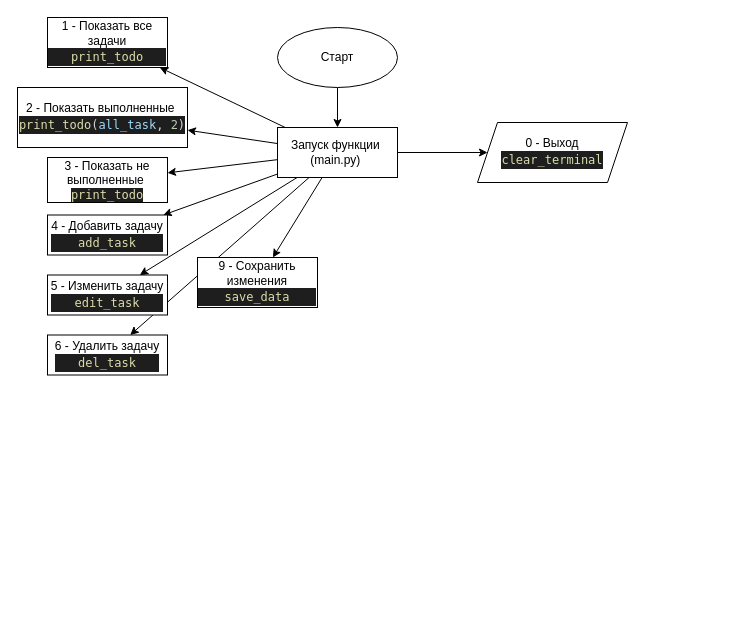
The draw.io diagram instruction.drawio in iamnataliya/todo-list, before the edit. Source tidied: cells renumbered, new cells numbered last; positions are measured from the earlier drawing's top-left corner, leaving out a move shared by most shapes. Both pictures are drawn from the tidied source at 100%, with x=0, y=0 at pixel (17, 17).
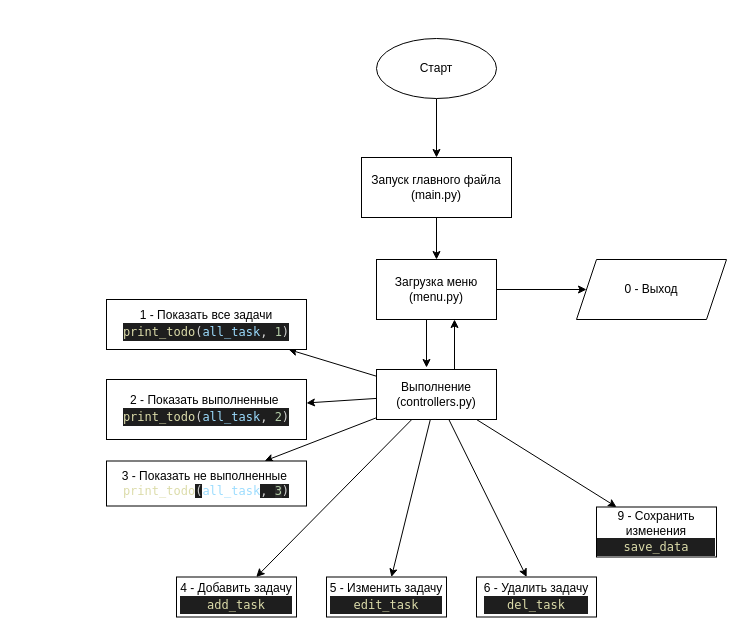
The same page after the edit.

Commit message:
обновил блок-схему

Change to the diagram source:
```diff
@@
-    <mxCell id="2" style="edgeStyle=none;html=1;" parent="1" edge="1" source="3" target="12">
-      <mxGeometry relative="1" as="geometry" />
-    </mxCell>
+    <mxCell id="21" style="edgeStyle=orthogonalEdgeStyle;rounded=0;jettySize=auto;html=1;" parent="1" edge="1" source="3" target="23">
+      <mxGeometry relative="1" as="geometry" />
+    </mxCell>
     <mxCell id="3" value="Старт" style="ellipse;whiteSpace=wrap;html=1;" parent="1" vertex="1">
-      <mxGeometry x="260" y="10" width="120" height="60" as="geometry" />
+      <mxGeometry x="359" y="21" width="120" height="60" as="geometry" />
     </mxCell>
@@
-    <mxCell id="11" style="edgeStyle=none;html=1;" parent="1" edge="1" source="12" target="20">
+    <mxCell id="11" style="edgeStyle=none;html=1;exitX=1;exitY=0.5;exitDx=0;exitDy=0;" parent="1" edge="1" source="24" target="20">
       <mxGeometry relative="1" as="geometry" />
     </mxCell>
-    <mxCell id="12" value="Запуск функции&amp;nbsp; (main.py)&amp;nbsp;" style="whiteSpace=wrap;html=1;" parent="1" vertex="1">
-      <mxGeometry x="260" y="110" width="120" height="50" as="geometry" />
+    <mxCell id="12" value="Выполнение&lt;br&gt;(controllers.py)" style="whiteSpace=wrap;html=1;" parent="1" vertex="1">
+      <mxGeometry x="359" y="352" width="120" height="50" as="geometry" />
     </mxCell>
-    <mxCell id="13" value="1 - Показать все задачи&lt;br&gt;&lt;div style=&quot;color: rgb(212 , 212 , 212) ; background-color: rgb(30 , 30 , 30) ; font-family: &amp;#34;menlo&amp;#34; , &amp;#34;monaco&amp;#34; , &amp;#34;courier new&amp;#34; , monospace ; line-height: 18px&quot;&gt;&lt;span style=&quot;color: #dcdcaa&quot;&gt;print_todo&lt;/span&gt;&lt;/div&gt;" style="whiteSpace=wrap;html=1;" parent="1" vertex="1">
-      <mxGeometry x="30" width="120" height="50" as="geometry" />
+    <mxCell id="13" value="1 - Показать все задачи&lt;br&gt;&lt;div style=&quot;background-color: rgb(30 , 30 , 30) ; font-family: &amp;#34;menlo&amp;#34; , &amp;#34;monaco&amp;#34; , &amp;#34;courier new&amp;#34; , monospace ; line-height: 18px&quot;&gt;&lt;span style=&quot;color: rgb(212 , 212 , 212)&quot;&gt;&lt;span style=&quot;color: rgb(220 , 220 , 170)&quot;&gt;print_todo&lt;/span&gt;(&lt;span style=&quot;color: rgb(156 , 220 , 254)&quot;&gt;all_task&lt;/span&gt;,&amp;nbsp;&lt;/span&gt;&lt;font color=&quot;#b5cea8&quot;&gt;1&lt;/font&gt;&lt;font color=&quot;#d4d4d4&quot;&gt;)&lt;/font&gt;&lt;br&gt;&lt;/div&gt;" style="whiteSpace=wrap;html=1;" parent="1" vertex="1">
+      <mxGeometry x="89" y="282" width="200" height="50" as="geometry" />
     </mxCell>
     <mxCell id="14" value="2 - Показать выполненные&amp;nbsp;&lt;br&gt;&lt;div style=&quot;color: rgb(212 , 212 , 212) ; background-color: rgb(30 , 30 , 30) ; font-family: &amp;#34;menlo&amp;#34; , &amp;#34;monaco&amp;#34; , &amp;#34;courier new&amp;#34; , monospace ; line-height: 18px&quot;&gt;&lt;span style=&quot;color: #dcdcaa&quot;&gt;print_todo&lt;/span&gt;(&lt;span style=&quot;color: #9cdcfe&quot;&gt;all_task&lt;/span&gt;, &lt;span style=&quot;color: #b5cea8&quot;&gt;2&lt;/span&gt;)&lt;/div&gt;" style="whiteSpace=wrap;html=1;" parent="1" vertex="1">
-      <mxGeometry y="70" width="170" height="60" as="geometry" />
+      <mxGeometry x="89" y="362" width="200" height="60" as="geometry" />
     </mxCell>
-    <mxCell id="15" value="3 - Показать не выполненные&amp;nbsp;&lt;br&gt;&lt;span style=&quot;color: rgb(220 , 220 , 170) ; background-color: rgb(30 , 30 , 30) ; font-family: &amp;#34;menlo&amp;#34; , &amp;#34;monaco&amp;#34; , &amp;#34;courier new&amp;#34; , monospace&quot;&gt;print_todo&lt;/span&gt;" style="whiteSpace=wrap;html=1;" parent="1" vertex="1">
-      <mxGeometry x="30" y="140" width="120" height="45" as="geometry" />
+    <mxCell id="15" value="3 - Показать не выполненные&amp;nbsp;&lt;br&gt;&lt;span style=&quot;font-family: &amp;#34;menlo&amp;#34; , &amp;#34;monaco&amp;#34; , &amp;#34;courier new&amp;#34; , monospace ; color: rgb(220 , 220 , 170)&quot;&gt;print_todo&lt;/span&gt;&lt;span style=&quot;color: rgb(212 , 212 , 212) ; font-family: &amp;#34;menlo&amp;#34; , &amp;#34;monaco&amp;#34; , &amp;#34;courier new&amp;#34; , monospace ; background-color: rgb(30 , 30 , 30)&quot;&gt;(&lt;/span&gt;&lt;span style=&quot;font-family: &amp;#34;menlo&amp;#34; , &amp;#34;monaco&amp;#34; , &amp;#34;courier new&amp;#34; , monospace ; color: rgb(156 , 220 , 254)&quot;&gt;all_task&lt;/span&gt;&lt;span style=&quot;color: rgb(212 , 212 , 212) ; font-family: &amp;#34;menlo&amp;#34; , &amp;#34;monaco&amp;#34; , &amp;#34;courier new&amp;#34; , monospace ; background-color: rgb(30 , 30 , 30)&quot;&gt;,&amp;nbsp;&lt;/span&gt;&lt;span style=&quot;font-family: &amp;#34;menlo&amp;#34; , &amp;#34;monaco&amp;#34; , &amp;#34;courier new&amp;#34; , monospace ; background-color: rgb(42 , 42 , 42)&quot;&gt;&lt;font color=&quot;#b5cea8&quot;&gt;3&lt;/font&gt;&lt;/span&gt;&lt;span style=&quot;color: rgb(212 , 212 , 212) ; font-family: &amp;#34;menlo&amp;#34; , &amp;#34;monaco&amp;#34; , &amp;#34;courier new&amp;#34; , monospace ; background-color: rgb(30 , 30 , 30)&quot;&gt;)&lt;/span&gt;" style="whiteSpace=wrap;html=1;" parent="1" vertex="1">
+      <mxGeometry x="89" y="443.5" width="200" height="45" as="geometry" />
     </mxCell>
     <mxCell id="16" value="4 - Добавить задачу&lt;br&gt;&lt;div style=&quot;color: rgb(212 , 212 , 212) ; background-color: rgb(30 , 30 , 30) ; font-family: &amp;#34;menlo&amp;#34; , &amp;#34;monaco&amp;#34; , &amp;#34;courier new&amp;#34; , monospace ; line-height: 18px&quot;&gt;&lt;span style=&quot;color: #dcdcaa&quot;&gt;add_task&lt;/span&gt;&lt;/div&gt;" style="whiteSpace=wrap;html=1;" parent="1" vertex="1">
-      <mxGeometry x="30" y="197.5" width="120" height="40" as="geometry" />
+      <mxGeometry x="159" y="559.5" width="120" height="40" as="geometry" />
     </mxCell>
     <mxCell id="17" value="5 - Изменить задачу&lt;br&gt;&lt;div style=&quot;color: rgb(212 , 212 , 212) ; background-color: rgb(30 , 30 , 30) ; font-family: &amp;#34;menlo&amp;#34; , &amp;#34;monaco&amp;#34; , &amp;#34;courier new&amp;#34; , monospace ; line-height: 18px&quot;&gt;&lt;span style=&quot;color: #dcdcaa&quot;&gt;edit_task&lt;/span&gt;&lt;/div&gt;" style="whiteSpace=wrap;html=1;" parent="1" vertex="1">
-      <mxGeometry x="30" y="257.5" width="120" height="40" as="geometry" />
+      <mxGeometry x="309" y="559.5" width="120" height="40" as="geometry" />
     </mxCell>
     <mxCell id="18" value="6 - Удалить задачу&lt;br&gt;&lt;div style=&quot;color: rgb(212 , 212 , 212) ; background-color: rgb(30 , 30 , 30) ; font-family: &amp;#34;menlo&amp;#34; , &amp;#34;monaco&amp;#34; , &amp;#34;courier new&amp;#34; , monospace ; line-height: 18px&quot;&gt;&lt;span style=&quot;color: #dcdcaa&quot;&gt;del_task&lt;/span&gt;&lt;/div&gt;" style="whiteSpace=wrap;html=1;" parent="1" vertex="1">
-      <mxGeometry x="30" y="317.5" width="120" height="40" as="geometry" />
+      <mxGeometry x="459" y="559.5" width="120" height="40" as="geometry" />
     </mxCell>
     <mxCell id="19" value="9 - Сохранить изменения&lt;br&gt;&lt;div style=&quot;color: rgb(212 , 212 , 212) ; background-color: rgb(30 , 30 , 30) ; font-family: &amp;#34;menlo&amp;#34; , &amp;#34;monaco&amp;#34; , &amp;#34;courier new&amp;#34; , monospace ; line-height: 18px&quot;&gt;&lt;span style=&quot;color: #dcdcaa&quot;&gt;save_data&lt;/span&gt;&lt;/div&gt;" style="whiteSpace=wrap;html=1;" parent="1" vertex="1">
-      <mxGeometry x="180" y="240" width="120" height="50" as="geometry" />
+      <mxGeometry x="579" y="489.5" width="120" height="50" as="geometry" />
     </mxCell>
-    <mxCell id="20" value="0 - Выход&lt;br&gt;&lt;div style=&quot;color: rgb(212 , 212 , 212) ; background-color: rgb(30 , 30 , 30) ; font-family: &amp;#34;menlo&amp;#34; , &amp;#34;monaco&amp;#34; , &amp;#34;courier new&amp;#34; , monospace ; line-height: 18px&quot;&gt;&lt;span style=&quot;color: #dcdcaa&quot;&gt;clear_terminal&lt;/span&gt;&lt;/div&gt;" style="shape=parallelogram;perimeter=parallelogramPerimeter;whiteSpace=wrap;html=1;fixedSize=1;" parent="1" vertex="1">
-      <mxGeometry x="460" y="105" width="150" height="60" as="geometry" />
+    <mxCell id="20" value="0 - Выход" style="shape=parallelogram;perimeter=parallelogramPerimeter;whiteSpace=wrap;html=1;fixedSize=1;" parent="1" vertex="1">
+      <mxGeometry x="559" y="242" width="150" height="60" as="geometry" />
     </mxCell>
+    <mxCell id="22" style="edgeStyle=orthogonalEdgeStyle;rounded=0;jettySize=auto;html=1;" parent="1" edge="1" source="23" target="24">
+      <mxGeometry relative="1" as="geometry" />
+    </mxCell>
+    <mxCell id="23" value="Запуск главного файла&lt;br&gt;(main.py)" style="whiteSpace=wrap;html=1;" parent="1" vertex="1">
+      <mxGeometry x="344" y="140" width="150" height="60" as="geometry" />
+    </mxCell>
+    <mxCell id="24" value="Загрузка меню&lt;br&gt;(menu.py)" style="whiteSpace=wrap;html=1;" parent="1" vertex="1">
+      <mxGeometry x="359" y="242" width="120" height="60" as="geometry" />
+    </mxCell>
+    <mxCell id="25" style="endArrow=classic;html=1;rounded=0;" parent="1" edge="1">
+      <mxGeometry relative="1" as="geometry">
+        <mxPoint x="409" y="302" as="sourcePoint" />
+        <mxPoint x="409" y="350" as="targetPoint" />
+      </mxGeometry>
+    </mxCell>
+    <mxCell id="26" style="endArrow=classic;html=1;rounded=0;exitX=0.75;exitY=0;exitDx=0;exitDy=0;entryX=0.75;entryY=1;entryDx=0;entryDy=0;" parent="1" edge="1">
+      <mxGeometry relative="1" as="geometry">
+        <mxPoint x="437" y="352" as="sourcePoint" />
+        <mxPoint x="437" y="302" as="targetPoint" />
+      </mxGeometry>
+    </mxCell>
```
